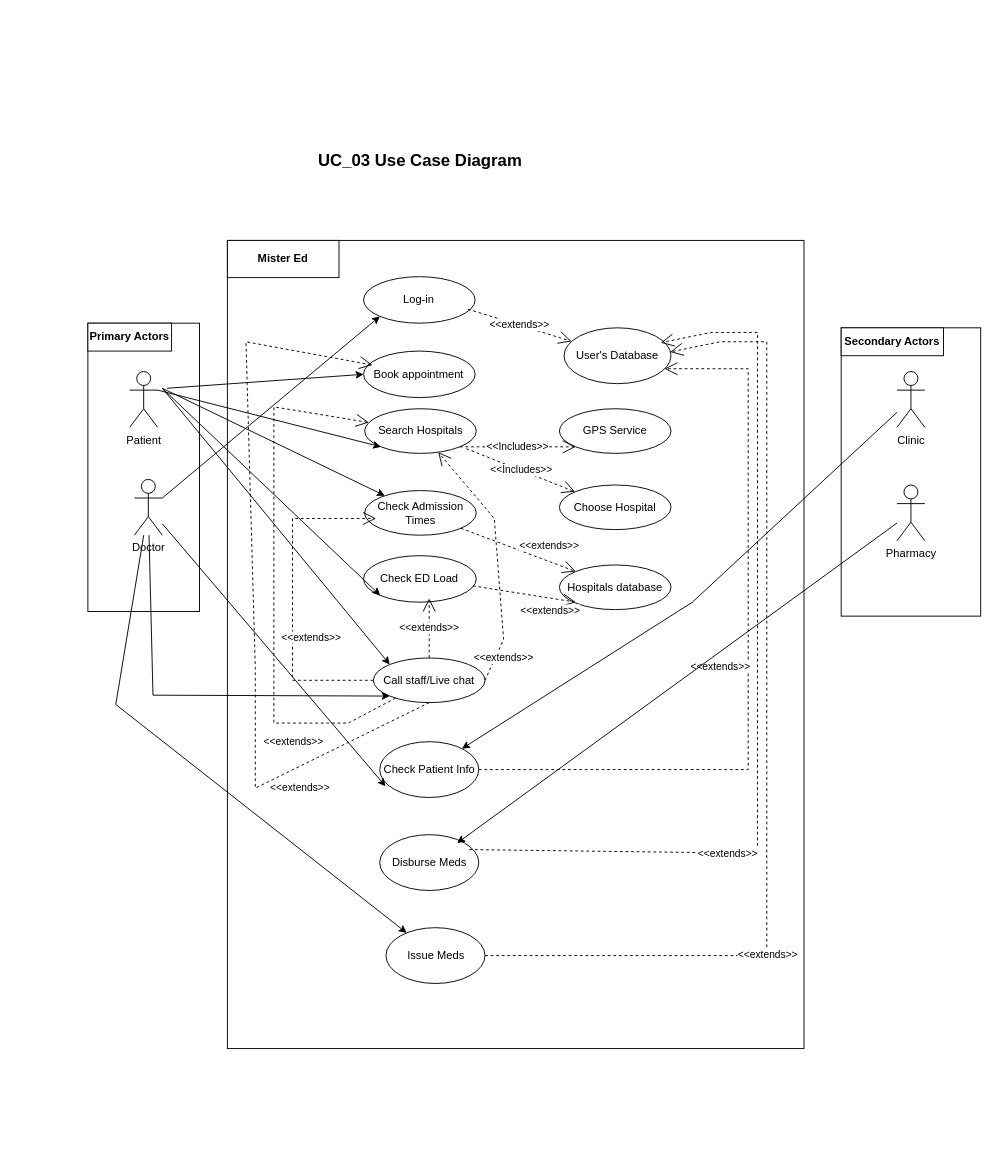
The draw.io diagram UC_03.drawio in SENG-350-2024-fall/Team-6, before the edit. Source tidied: cells renumbered, new cells numbered last; positions are measured from the earlier drawing's top-left corner, leaving out a move shared by most shapes. Both pictures are drawn from the tidied source at 93%, with x=0, y=0 at pixel (87, 146).
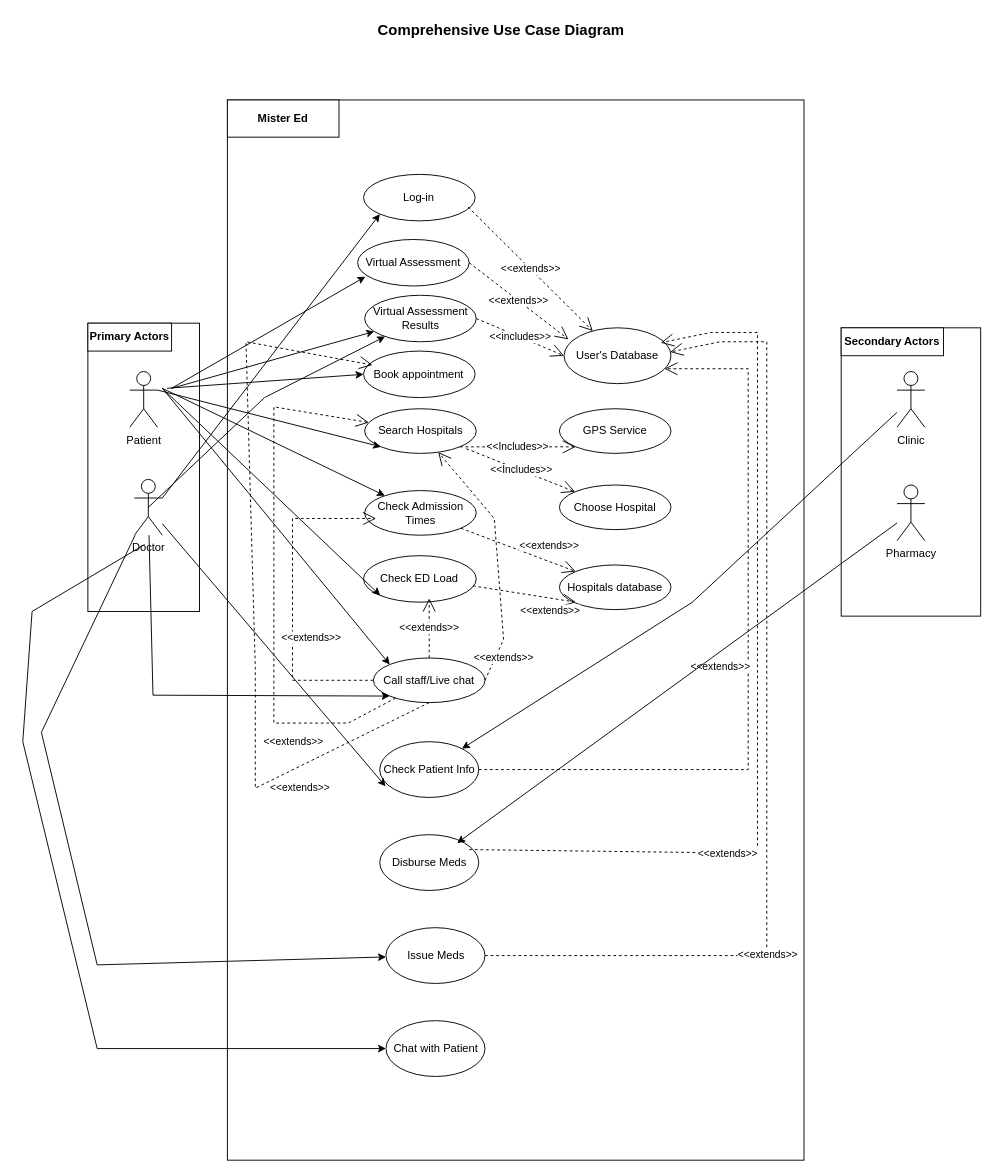
The same diagram, later.

Unchanged cells that the change refers to:
```xml
<mxCell id="27" value="User's Database" style="ellipse;whiteSpace=wrap;html=1;" parent="1" vertex="1">
  <mxGeometry x="512" y="195" width="115" height="60" as="geometry" />
</mxCell>
<mxCell id="30" value="Doctor" style="shape=umlActor;verticalLabelPosition=bottom;verticalAlign=top;html=1;outlineConnect=0;" parent="1" vertex="1">
  <mxGeometry x="50" y="358" width="30" height="60" as="geometry" />
</mxCell>
<mxCell id="47" value="Issue Meds" style="ellipse;whiteSpace=wrap;html=1;" parent="1" vertex="1">
  <mxGeometry x="320.5" y="840" width="106.5" height="60" as="geometry" />
</mxCell>
```

What changed in the source:
```diff
@@
     <mxCell id="5" style="rounded=0;whiteSpace=wrap;html=1;" parent="1" vertex="1">
-      <mxGeometry x="150" y="101" width="620" height="869" as="geometry" />
+      <mxGeometry x="150" y="-50" width="620" height="1140" as="geometry" />
     </mxCell>
     <mxCell id="6" value="&lt;b&gt; Mister Ed&lt;/b&gt;" style="rounded=0;whiteSpace=wrap;html=1;" parent="1" vertex="1">
-      <mxGeometry x="150" y="101" width="120" height="40" as="geometry" />
+      <mxGeometry x="150" y="-50" width="120" height="40" as="geometry" />
     </mxCell>
@@
-    <mxCell id="25" value="&lt;b&gt;&lt;font style=&quot;font-size: 18px;&quot;&gt;UC_03 Use Case Diagram&lt;/font&gt;&lt;/b&gt;" style="text;html=1;align=center;verticalAlign=middle;whiteSpace=wrap;rounded=0;" parent="1" vertex="1">
-      <mxGeometry x="220" width="275" height="30" as="geometry" />
+    <mxCell id="25" value="&lt;font style=&quot;font-size: 16px;&quot;&gt;&lt;b&gt;Comprehensive Use Case Diagram&lt;br&gt;&lt;/b&gt;&lt;/font&gt;" style="text;html=1;align=center;verticalAlign=middle;whiteSpace=wrap;rounded=0;" parent="1" vertex="1">
+      <mxGeometry x="307" y="-140" width="275" height="30" as="geometry" />
     </mxCell>
     <mxCell id="26" value="Log-in" style="ellipse;whiteSpace=wrap;html=1;" parent="1" vertex="1">
-      <mxGeometry x="296.4" y="140" width="120" height="50" as="geometry" />
+      <mxGeometry x="296.4" y="30" width="120" height="50" as="geometry" />
     </mxCell>
@@
     <mxCell id="48" style="endArrow=classic;html=1;rounded=0;" parent="1" edge="1" source="30" target="47">
       <mxGeometry relative="1" as="geometry">
         <Array as="points">
-          <mxPoint x="30" y="600" />
+          <mxPoint x="-50" y="630" />
+          <mxPoint x="10" y="880" />
         </Array>
       </mxGeometry>
     </mxCell>
@@
+    <mxCell id="50" value="Chat with Patient" style="ellipse;whiteSpace=wrap;html=1;" parent="1" vertex="1">
+      <mxGeometry x="320.5" y="940" width="106.5" height="60" as="geometry" />
+    </mxCell>
+    <mxCell id="51" style="endArrow=classic;html=1;rounded=0;" parent="1" edge="1" target="50">
+      <mxGeometry relative="1" as="geometry">
+        <mxPoint x="61" y="428" as="sourcePoint" />
+        <Array as="points">
+          <mxPoint x="-60" y="500" />
+          <mxPoint x="-70" y="640" />
+          <mxPoint x="10" y="970" />
+        </Array>
+      </mxGeometry>
+    </mxCell>
+    <mxCell id="52" value="Virtual Assessment " style="ellipse;whiteSpace=wrap;html=1;" parent="1" vertex="1">
+      <mxGeometry x="290" y="100" width="120" height="50" as="geometry" />
+    </mxCell>
+    <mxCell id="53" style="endArrow=classic;html=1;rounded=0;entryX=0.07;entryY=0.8;entryDx=0;entryDy=0;entryPerimeter=0;" parent="1" edge="1" target="52">
+      <mxGeometry relative="1" as="geometry">
+        <mxPoint x="90" y="260" as="sourcePoint" />
+      </mxGeometry>
+    </mxCell>
+    <mxCell id="54" value="&amp;lt;&amp;lt;extends&amp;gt;&amp;gt;" style="endArrow=open;endSize=12;dashed=1;html=1;rounded=0;exitX=1;exitY=0.5;exitDx=0;exitDy=0;entryX=0.041;entryY=0.207;entryDx=0;entryDy=0;entryPerimeter=0;" parent="1" edge="1" source="52" target="27">
+      <mxGeometry relative="1" as="geometry" />
+    </mxCell>
+    <mxCell id="55" value="Virtual Assessment Results" style="ellipse;whiteSpace=wrap;html=1;" parent="1" vertex="1">
+      <mxGeometry x="297.6" y="160" width="120" height="50" as="geometry" />
+    </mxCell>
+    <mxCell id="56" style="endArrow=classic;html=1;rounded=0;" parent="1" edge="1" target="55">
+      <mxGeometry relative="1" as="geometry">
+        <mxPoint x="90" y="260" as="sourcePoint" />
+      </mxGeometry>
+    </mxCell>
+    <mxCell id="57" value="&amp;lt;&amp;lt;includes&amp;gt;&amp;gt;" style="endArrow=open;endSize=12;dashed=1;html=1;rounded=0;exitX=1;exitY=0.5;exitDx=0;exitDy=0;entryX=0;entryY=0.5;entryDx=0;entryDy=0;" parent="1" edge="1" source="55" target="27">
+      <mxGeometry relative="1" as="geometry" />
+    </mxCell>
+    <mxCell id="58" style="endArrow=classic;html=1;rounded=0;exitX=0.5;exitY=0.5;exitDx=0;exitDy=0;exitPerimeter=0;" parent="1" edge="1" source="30" target="55">
+      <mxGeometry relative="1" as="geometry">
+        <Array as="points">
+          <mxPoint x="190" y="270" />
+        </Array>
+      </mxGeometry>
+    </mxCell>
```
